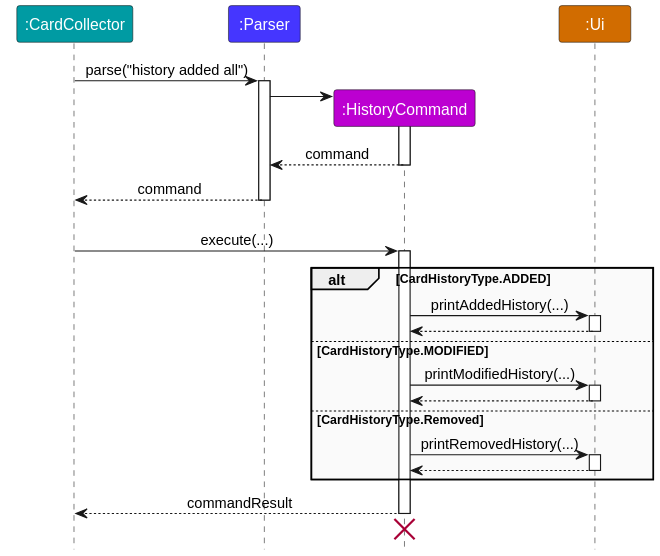
Before: docs/images/HistorySequenceDiagram.svg, a diagram exported from PlantUML (WeiHeng2003/tp). The source it was exported from:
```plantuml
@startuml
!include Style.puml

participant ":CardCollector" as CardCollector CARDCOLLECTOR_COLOR_PRIMARY
participant ":Parser" as Parser PARSER_COLOR_PRIMARY
participant ":HistoryCommand" as HistoryCommand COMMAND_COLOR_PRIMARY
participant ":Ui" as Ui UI_COLOR_PRIMARY

CardCollector -> Parser : parse("history added all")
activate Parser

create HistoryCommand
Parser -> HistoryCommand
activate HistoryCommand
HistoryCommand --> Parser : command
deactivate HistoryCommand

Parser --> CardCollector : command
deactivate Parser
CardCollector -[hidden]-> Parser

CardCollector -> HistoryCommand : execute(...)
activate HistoryCommand

alt #fafafa CardHistoryType.ADDED
    HistoryCommand -> Ui: printAddedHistory(...)
    activate Ui
    Ui --> HistoryCommand
    deactivate Ui
else CardHistoryType.MODIFIED
    HistoryCommand -> Ui: printModifiedHistory(...)
    activate Ui
    Ui --> HistoryCommand
    deactivate Ui
else CardHistoryType.Removed
    HistoryCommand -> Ui: printRemovedHistory(...)
    activate Ui
    Ui --> HistoryCommand
    deactivate Ui
end

HistoryCommand --> CardCollector : commandResult
deactivate HistoryCommand
CardCollector -[hidden]-> Parser
destroy HistoryCommand
@enduml
```
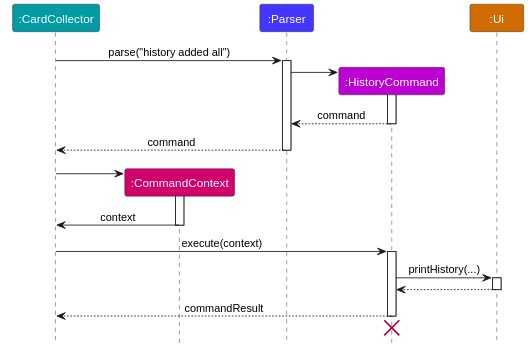
The same diagram one commit later.

Commit message:
Update history command documentation

What changed in the source:
```diff
@@ -1,7 +1,9 @@
 @startuml
 !include Style.puml
 
+
 participant ":CardCollector" as CardCollector CARDCOLLECTOR_COLOR_PRIMARY
+participant ":CommandContext" as CommandContext COMMANDCONTEXT_COLOR_PRIMARY
 participant ":Parser" as Parser PARSER_COLOR_PRIMARY
 participant ":HistoryCommand" as HistoryCommand COMMAND_COLOR_PRIMARY
 participant ":Ui" as Ui UI_COLOR_PRIMARY
@@ -19,25 +21,19 @@
 deactivate Parser
 CardCollector -[hidden]-> Parser
 
-CardCollector -> HistoryCommand : execute(...)
+create CommandContext
+CardCollector -> CommandContext
+activate CommandContext
+CommandContext -> CardCollector : context
+deactivate
+
+CardCollector -> HistoryCommand : execute(context)
 activate HistoryCommand
 
-alt #fafafa CardHistoryType.ADDED
-    HistoryCommand -> Ui: printAddedHistory(...)
-    activate Ui
-    Ui --> HistoryCommand
-    deactivate Ui
-else CardHistoryType.MODIFIED
-    HistoryCommand -> Ui: printModifiedHistory(...)
-    activate Ui
-    Ui --> HistoryCommand
-    deactivate Ui
-else CardHistoryType.Removed
-    HistoryCommand -> Ui: printRemovedHistory(...)
-    activate Ui
-    Ui --> HistoryCommand
-    deactivate Ui
-end
+HistoryCommand -> Ui: printHistory(...)
+activate Ui
+Ui --> HistoryCommand
+deactivate Ui
 
 HistoryCommand --> CardCollector : commandResult
 deactivate HistoryCommand
```
